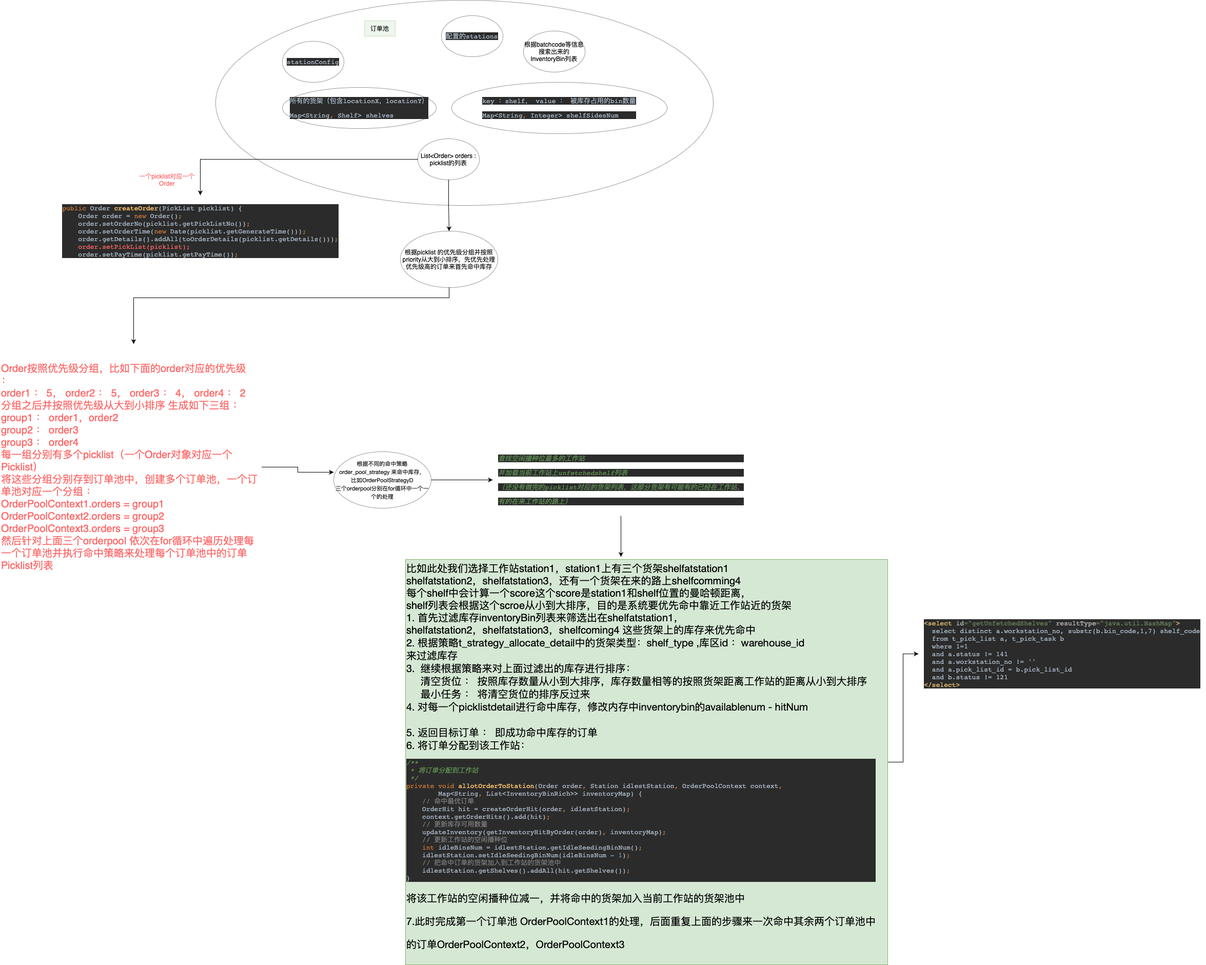
Before: 订单池-命中库存.drawio.png, a diagram exported from draw.io (cong666/flow-chart). Source tidied: cells renumbered, new cells last; positions are measured from the earlier drawing's top-left corner, leaving out a move shared by most shapes.
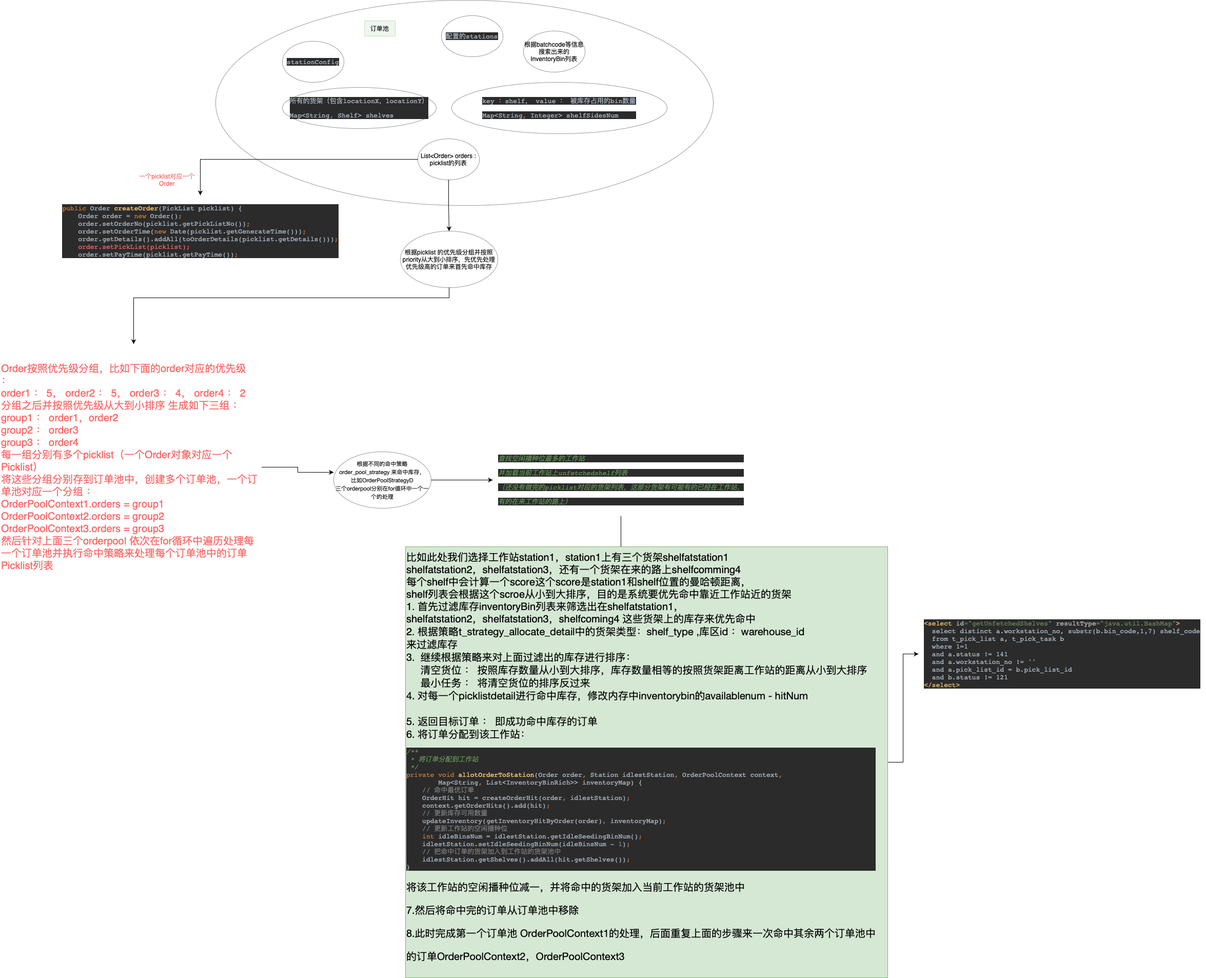
Later version of the same file.

Commit message:
更新订单池-命中库存.drawio.png

Diff of the diagram source:
```diff
@@ -75,8 +75,8 @@
     <mxCell id="22" style="edgeStyle=orthogonalEdgeStyle;rounded=0;jettySize=auto;html=1;fontSize=20;fontColor=#FF6666;" parent="1" edge="1" source="23" target="24">
       <mxGeometry relative="1" as="geometry" />
     </mxCell>
-    <mxCell id="23" value="比如此处我们选择工作站station1，station1上有三个货架shelfatstation1&lt;br&gt;&lt;div style=&quot;&quot;&gt;shelfatstation2，shelfatstation3，还有一个货架在来的路上shelfcomming4&lt;/div&gt;&lt;div style=&quot;&quot;&gt;每个shelf中会计算一个score这个score是station1和shelf位置的曼哈顿距离，&lt;/div&gt;&lt;div style=&quot;&quot;&gt;shelf列表会根据这个scroe从小到大排序，目的是系统要优先命中靠近工作站近的货架&lt;/div&gt;&lt;div style=&quot;&quot;&gt;1. 首先过滤库存inventoryBin列表来筛选出在shelfatstation1，&lt;/div&gt;shelfatstation2，shelfatstation3，shelfcoming4 这些货架上的库存来优先命中&amp;nbsp;&lt;br&gt;&lt;font&gt;2. 根据策略&lt;span style=&quot;font-size: 20px; font-family: &amp;quot;Helvetica Neue&amp;quot;;&quot;&gt;&lt;font style=&quot;font-size: 20px;&quot;&gt;t_strategy_allocate_detail中的货架类型：shelf_type ,库区id ：warehouse_id&lt;br&gt;来过滤库存&lt;br&gt;3. &amp;nbsp;继续根据策略来对上面过滤出的库存进行排序：&lt;br&gt;&amp;nbsp; &amp;nbsp; &amp;nbsp;清空货位 ： 按照库存数量从小到大排序，库存数量相等的按照货架距离工作站的距离从小到大排序&lt;br&gt;&amp;nbsp; &amp;nbsp; &amp;nbsp;最小任务 ： 将清空货位的排序反过来&lt;br&gt;4. 对每一个picklistdetail进行命中库存，修改内存中inventorybin的availablenum - hitNum&lt;br&gt;&lt;br&gt;5. 返回目标订单 ： 即成功命中库存的订单&lt;br&gt;6. 将订单分配到该工作站：&lt;br&gt;&lt;/font&gt;&lt;/span&gt;&lt;pre style=&quot;font-size: 9.8pt; background-color: rgb(43, 43, 43); color: rgb(169, 183, 198); font-family: &amp;quot;JetBrains Mono&amp;quot;, monospace;&quot;&gt;&lt;span style=&quot;color: rgb(98, 151, 85); font-style: italic;&quot;&gt;/**&lt;br&gt;&lt;/span&gt;&lt;span style=&quot;color: rgb(98, 151, 85); font-style: italic;&quot;&gt; * 将订单分配到工作站&lt;br&gt;&lt;/span&gt;&lt;span style=&quot;color: rgb(98, 151, 85); font-style: italic;&quot;&gt; */&lt;br&gt;&lt;/span&gt;&lt;span style=&quot;color: rgb(204, 120, 50);&quot;&gt;private void &lt;/span&gt;&lt;span style=&quot;color: rgb(255, 198, 109);&quot;&gt;allotOrderToStation&lt;/span&gt;(Order order&lt;span style=&quot;color: rgb(204, 120, 50);&quot;&gt;, &lt;/span&gt;Station idlestStation&lt;span style=&quot;color: rgb(204, 120, 50);&quot;&gt;, &lt;/span&gt;OrderPoolContext context&lt;span style=&quot;color: rgb(204, 120, 50);&quot;&gt;,&lt;br&gt;&lt;/span&gt;&lt;span style=&quot;color: rgb(204, 120, 50);&quot;&gt;        &lt;/span&gt;Map&amp;lt;String&lt;span style=&quot;color: rgb(204, 120, 50);&quot;&gt;, &lt;/span&gt;List&amp;lt;InventoryBinRich&amp;gt;&amp;gt; inventoryMap) {&lt;br&gt;    &lt;span style=&quot;color: rgb(128, 128, 128);&quot;&gt;// 命中最优订单&lt;br&gt;&lt;/span&gt;&lt;span style=&quot;color: rgb(128, 128, 128);&quot;&gt;    &lt;/span&gt;OrderHit hit = createOrderHit(order&lt;span style=&quot;color: rgb(204, 120, 50);&quot;&gt;, &lt;/span&gt;idlestStation)&lt;span style=&quot;color: rgb(204, 120, 50);&quot;&gt;;&lt;br&gt;&lt;/span&gt;&lt;span style=&quot;color: rgb(204, 120, 50);&quot;&gt;    &lt;/span&gt;context.getOrderHits().add(hit)&lt;span style=&quot;color: rgb(204, 120, 50);&quot;&gt;;&lt;br&gt;&lt;/span&gt;&lt;span style=&quot;color: rgb(204, 120, 50);&quot;&gt;    &lt;/span&gt;&lt;span style=&quot;color: rgb(128, 128, 128);&quot;&gt;// 更新库存可用数量&lt;br&gt;&lt;/span&gt;&lt;span style=&quot;color: rgb(128, 128, 128);&quot;&gt;    &lt;/span&gt;updateInventory(getInventoryHitByOrder(order)&lt;span style=&quot;color: rgb(204, 120, 50);&quot;&gt;, &lt;/span&gt;inventoryMap)&lt;span style=&quot;color: rgb(204, 120, 50);&quot;&gt;;&lt;br&gt;&lt;/span&gt;&lt;span style=&quot;color: rgb(204, 120, 50);&quot;&gt;    &lt;/span&gt;&lt;span style=&quot;color: rgb(128, 128, 128);&quot;&gt;// 更新工作站的空闲播种位&lt;br&gt;&lt;/span&gt;&lt;span style=&quot;color: rgb(128, 128, 128);&quot;&gt;    &lt;/span&gt;&lt;span style=&quot;color: rgb(204, 120, 50);&quot;&gt;int &lt;/span&gt;idleBinsNum = idlestStation.getIdleSeedingBinNum()&lt;span style=&quot;color: rgb(204, 120, 50);&quot;&gt;;&lt;br&gt;&lt;/span&gt;&lt;span style=&quot;color: rgb(204, 120, 50);&quot;&gt;    &lt;/span&gt;idlestStation.setIdleSeedingBinNum(idleBinsNum - &lt;span style=&quot;color: rgb(104, 151, 187);&quot;&gt;1&lt;/span&gt;)&lt;span style=&quot;color: rgb(204, 120, 50);&quot;&gt;;&lt;br&gt;&lt;/span&gt;&lt;span style=&quot;color: rgb(204, 120, 50);&quot;&gt;    &lt;/span&gt;&lt;span style=&quot;color: rgb(128, 128, 128);&quot;&gt;// 把命中订单的货架加入到工作站的货架池中&lt;br&gt;&lt;/span&gt;&lt;span style=&quot;color: rgb(128, 128, 128);&quot;&gt;    &lt;/span&gt;idlestStation.getShelves().addAll(hit.getShelves())&lt;span style=&quot;color: rgb(204, 120, 50);&quot;&gt;;&lt;br&gt;&lt;/span&gt;}&lt;/pre&gt;&lt;pre&gt;&lt;font face=&quot;Helvetica Neue&quot;&gt;将该工作站的空闲播种位减一，并将命中的货架加入当前工作站的货架池中&lt;/font&gt;&lt;/pre&gt;&lt;pre&gt;&lt;font face=&quot;Helvetica Neue&quot;&gt;7.此时完成第一个订单池 OrderPoolContext1的处理，后面重复上面的步骤来一次命中其余两个订单池中&lt;/font&gt;&lt;/pre&gt;&lt;pre&gt;&lt;font face=&quot;Helvetica Neue&quot;&gt;的订单&lt;/font&gt;&lt;span style=&quot;font-family: &amp;quot;Helvetica Neue&amp;quot;;&quot;&gt;OrderPoolContext2，&lt;/span&gt;&lt;span style=&quot;font-family: &amp;quot;Helvetica Neue&amp;quot;;&quot;&gt;OrderPoolContext3&lt;/span&gt;&lt;/pre&gt;&lt;/font&gt;" style="text;html=1;align=left;verticalAlign=middle;points=[];strokeColor=#82b366;fillColor=#d5e8d4;fontSize=20;" parent="1" vertex="1">
-      <mxGeometry x="790" y="1090" width="940" height="790" as="geometry" />
+    <mxCell id="23" value="比如此处我们选择工作站station1，station1上有三个货架shelfatstation1&lt;br&gt;&lt;div style=&quot;&quot;&gt;shelfatstation2，shelfatstation3，还有一个货架在来的路上shelfcomming4&lt;/div&gt;&lt;div style=&quot;&quot;&gt;每个shelf中会计算一个score这个score是station1和shelf位置的曼哈顿距离，&lt;/div&gt;&lt;div style=&quot;&quot;&gt;shelf列表会根据这个scroe从小到大排序，目的是系统要优先命中靠近工作站近的货架&lt;/div&gt;&lt;div style=&quot;&quot;&gt;1. 首先过滤库存inventoryBin列表来筛选出在shelfatstation1，&lt;/div&gt;shelfatstation2，shelfatstation3，shelfcoming4 这些货架上的库存来优先命中&amp;nbsp;&lt;br&gt;&lt;font&gt;2. 根据策略&lt;span style=&quot;font-size: 20px; font-family: &amp;quot;Helvetica Neue&amp;quot;;&quot;&gt;&lt;font style=&quot;font-size: 20px;&quot;&gt;t_strategy_allocate_detail中的货架类型：shelf_type ,库区id ：warehouse_id&lt;br&gt;来过滤库存&lt;br&gt;3. &amp;nbsp;继续根据策略来对上面过滤出的库存进行排序：&lt;br&gt;&amp;nbsp; &amp;nbsp; &amp;nbsp;清空货位 ： 按照库存数量从小到大排序，库存数量相等的按照货架距离工作站的距离从小到大排序&lt;br&gt;&amp;nbsp; &amp;nbsp; &amp;nbsp;最小任务 ： 将清空货位的排序反过来&lt;br&gt;4. 对每一个picklistdetail进行命中库存，修改内存中inventorybin的availablenum - hitNum&lt;br&gt;&lt;br&gt;5. 返回目标订单 ： 即成功命中库存的订单&lt;br&gt;6. 将订单分配到该工作站：&lt;br&gt;&lt;/font&gt;&lt;/span&gt;&lt;pre style=&quot;font-size: 9.8pt; background-color: rgb(43, 43, 43); color: rgb(169, 183, 198); font-family: &amp;quot;JetBrains Mono&amp;quot;, monospace;&quot;&gt;&lt;span style=&quot;color: rgb(98, 151, 85); font-style: italic;&quot;&gt;/**&lt;br&gt;&lt;/span&gt;&lt;span style=&quot;color: rgb(98, 151, 85); font-style: italic;&quot;&gt; * 将订单分配到工作站&lt;br&gt;&lt;/span&gt;&lt;span style=&quot;color: rgb(98, 151, 85); font-style: italic;&quot;&gt; */&lt;br&gt;&lt;/span&gt;&lt;span style=&quot;color: rgb(204, 120, 50);&quot;&gt;private void &lt;/span&gt;&lt;span style=&quot;color: rgb(255, 198, 109);&quot;&gt;allotOrderToStation&lt;/span&gt;(Order order&lt;span style=&quot;color: rgb(204, 120, 50);&quot;&gt;, &lt;/span&gt;Station idlestStation&lt;span style=&quot;color: rgb(204, 120, 50);&quot;&gt;, &lt;/span&gt;OrderPoolContext context&lt;span style=&quot;color: rgb(204, 120, 50);&quot;&gt;,&lt;br&gt;&lt;/span&gt;&lt;span style=&quot;color: rgb(204, 120, 50);&quot;&gt;        &lt;/span&gt;Map&amp;lt;String&lt;span style=&quot;color: rgb(204, 120, 50);&quot;&gt;, &lt;/span&gt;List&amp;lt;InventoryBinRich&amp;gt;&amp;gt; inventoryMap) {&lt;br&gt;    &lt;span style=&quot;color: rgb(128, 128, 128);&quot;&gt;// 命中最优订单&lt;br&gt;&lt;/span&gt;&lt;span style=&quot;color: rgb(128, 128, 128);&quot;&gt;    &lt;/span&gt;OrderHit hit = createOrderHit(order&lt;span style=&quot;color: rgb(204, 120, 50);&quot;&gt;, &lt;/span&gt;idlestStation)&lt;span style=&quot;color: rgb(204, 120, 50);&quot;&gt;;&lt;br&gt;&lt;/span&gt;&lt;span style=&quot;color: rgb(204, 120, 50);&quot;&gt;    &lt;/span&gt;context.getOrderHits().add(hit)&lt;span style=&quot;color: rgb(204, 120, 50);&quot;&gt;;&lt;br&gt;&lt;/span&gt;&lt;span style=&quot;color: rgb(204, 120, 50);&quot;&gt;    &lt;/span&gt;&lt;span style=&quot;color: rgb(128, 128, 128);&quot;&gt;// 更新库存可用数量&lt;br&gt;&lt;/span&gt;&lt;span style=&quot;color: rgb(128, 128, 128);&quot;&gt;    &lt;/span&gt;updateInventory(getInventoryHitByOrder(order)&lt;span style=&quot;color: rgb(204, 120, 50);&quot;&gt;, &lt;/span&gt;inventoryMap)&lt;span style=&quot;color: rgb(204, 120, 50);&quot;&gt;;&lt;br&gt;&lt;/span&gt;&lt;span style=&quot;color: rgb(204, 120, 50);&quot;&gt;    &lt;/span&gt;&lt;span style=&quot;color: rgb(128, 128, 128);&quot;&gt;// 更新工作站的空闲播种位&lt;br&gt;&lt;/span&gt;&lt;span style=&quot;color: rgb(128, 128, 128);&quot;&gt;    &lt;/span&gt;&lt;span style=&quot;color: rgb(204, 120, 50);&quot;&gt;int &lt;/span&gt;idleBinsNum = idlestStation.getIdleSeedingBinNum()&lt;span style=&quot;color: rgb(204, 120, 50);&quot;&gt;;&lt;br&gt;&lt;/span&gt;&lt;span style=&quot;color: rgb(204, 120, 50);&quot;&gt;    &lt;/span&gt;idlestStation.setIdleSeedingBinNum(idleBinsNum - &lt;span style=&quot;color: rgb(104, 151, 187);&quot;&gt;1&lt;/span&gt;)&lt;span style=&quot;color: rgb(204, 120, 50);&quot;&gt;;&lt;br&gt;&lt;/span&gt;&lt;span style=&quot;color: rgb(204, 120, 50);&quot;&gt;    &lt;/span&gt;&lt;span style=&quot;color: rgb(128, 128, 128);&quot;&gt;// 把命中订单的货架加入到工作站的货架池中&lt;br&gt;&lt;/span&gt;&lt;span style=&quot;color: rgb(128, 128, 128);&quot;&gt;    &lt;/span&gt;idlestStation.getShelves().addAll(hit.getShelves())&lt;span style=&quot;color: rgb(204, 120, 50);&quot;&gt;;&lt;br&gt;&lt;/span&gt;}&lt;/pre&gt;&lt;pre&gt;&lt;font face=&quot;Helvetica Neue&quot;&gt;将该工作站的空闲播种位减一，并将命中的货架加入当前工作站的货架池中&lt;/font&gt;&lt;/pre&gt;&lt;pre&gt;&lt;font face=&quot;Helvetica Neue&quot;&gt;7.然后将命中完的订单从订单池中移除&lt;/font&gt;&lt;/pre&gt;&lt;pre&gt;&lt;font face=&quot;Helvetica Neue&quot;&gt;8.此时完成第一个订单池 OrderPoolContext1的处理，后面重复上面的步骤来一次命中其余两个订单池中&lt;/font&gt;&lt;/pre&gt;&lt;pre&gt;&lt;font face=&quot;Helvetica Neue&quot;&gt;的订单&lt;/font&gt;&lt;span style=&quot;font-family: &amp;quot;Helvetica Neue&amp;quot;;&quot;&gt;OrderPoolContext2，&lt;/span&gt;&lt;span style=&quot;font-family: &amp;quot;Helvetica Neue&amp;quot;;&quot;&gt;OrderPoolContext3&lt;/span&gt;&lt;/pre&gt;&lt;/font&gt;" style="text;html=1;align=left;verticalAlign=middle;points=[];strokeColor=#82b366;fillColor=#d5e8d4;fontSize=20;" parent="1" vertex="1">
+      <mxGeometry x="790" y="1065" width="940" height="840" as="geometry" />
     </mxCell>
     <mxCell id="24" value="&lt;pre style=&quot;text-align: start; background-color: rgb(43, 43, 43); color: rgb(169, 183, 198); font-family: &amp;quot;JetBrains Mono&amp;quot;, monospace; font-size: 9.8pt;&quot;&gt;&lt;span style=&quot;color: rgb(232, 191, 106);&quot;&gt;&amp;lt;select &lt;/span&gt;&lt;span style=&quot;color: rgb(186, 186, 186);&quot;&gt;id&lt;/span&gt;&lt;span style=&quot;color: rgb(106, 135, 89);&quot;&gt;=&quot;getUnfetchedShelves&quot; &lt;/span&gt;&lt;span style=&quot;color: rgb(186, 186, 186);&quot;&gt;resultType&lt;/span&gt;&lt;span style=&quot;color: rgb(106, 135, 89);&quot;&gt;=&quot;java.util.HashMap&quot;&lt;/span&gt;&lt;span style=&quot;color: rgb(232, 191, 106);&quot;&gt;&amp;gt;&lt;br&gt;&lt;/span&gt;&lt;span style=&quot;color: rgb(232, 191, 106);&quot;&gt;  &lt;/span&gt;select distinct a.workstation_no, substr(b.bin_code,1,7) shelf_code&lt;br&gt;  from t_pick_list a, t_pick_task b&lt;br&gt;  where 1=1&lt;br&gt;  and a.status != 141&lt;br&gt;  and a.workstation_no != ''&lt;br&gt;  and a.pick_list_id = b.pick_list_id&lt;br&gt;  and b.status != 121&lt;br&gt;&lt;span style=&quot;color: rgb(232, 191, 106);&quot;&gt;&amp;lt;/select&amp;gt;&lt;/span&gt;&lt;/pre&gt;" style="text;html=1;align=center;verticalAlign=middle;points=[];strokeColor=none;fillColor=none;fontSize=20;fontColor=#FF6666;" parent="1" vertex="1">
       <mxGeometry x="1790" y="1189" width="560" height="170" as="geometry" />
```
